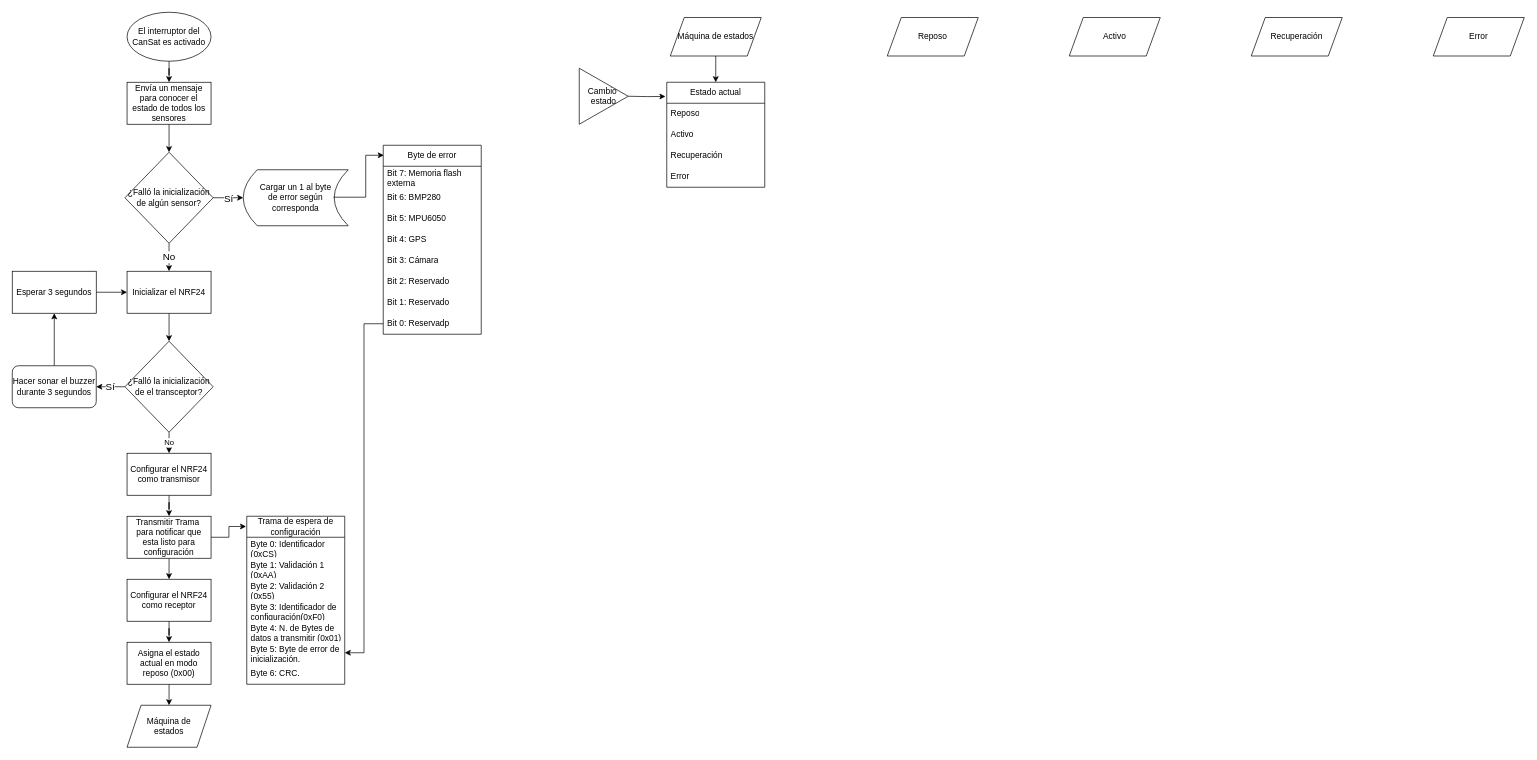
Above: Firmware/CanSat_stateMachine.drawio in cdealbagtz/CanSatV3 (draw.io), before the change. Source tidied: cells renumbered, new cells numbered last; positions are measured from the earlier drawing's top-left corner, leaving out a move shared by most shapes. Both pictures are drawn from the tidied source at 70%, with x=0, y=0 at pixel (12, 12).
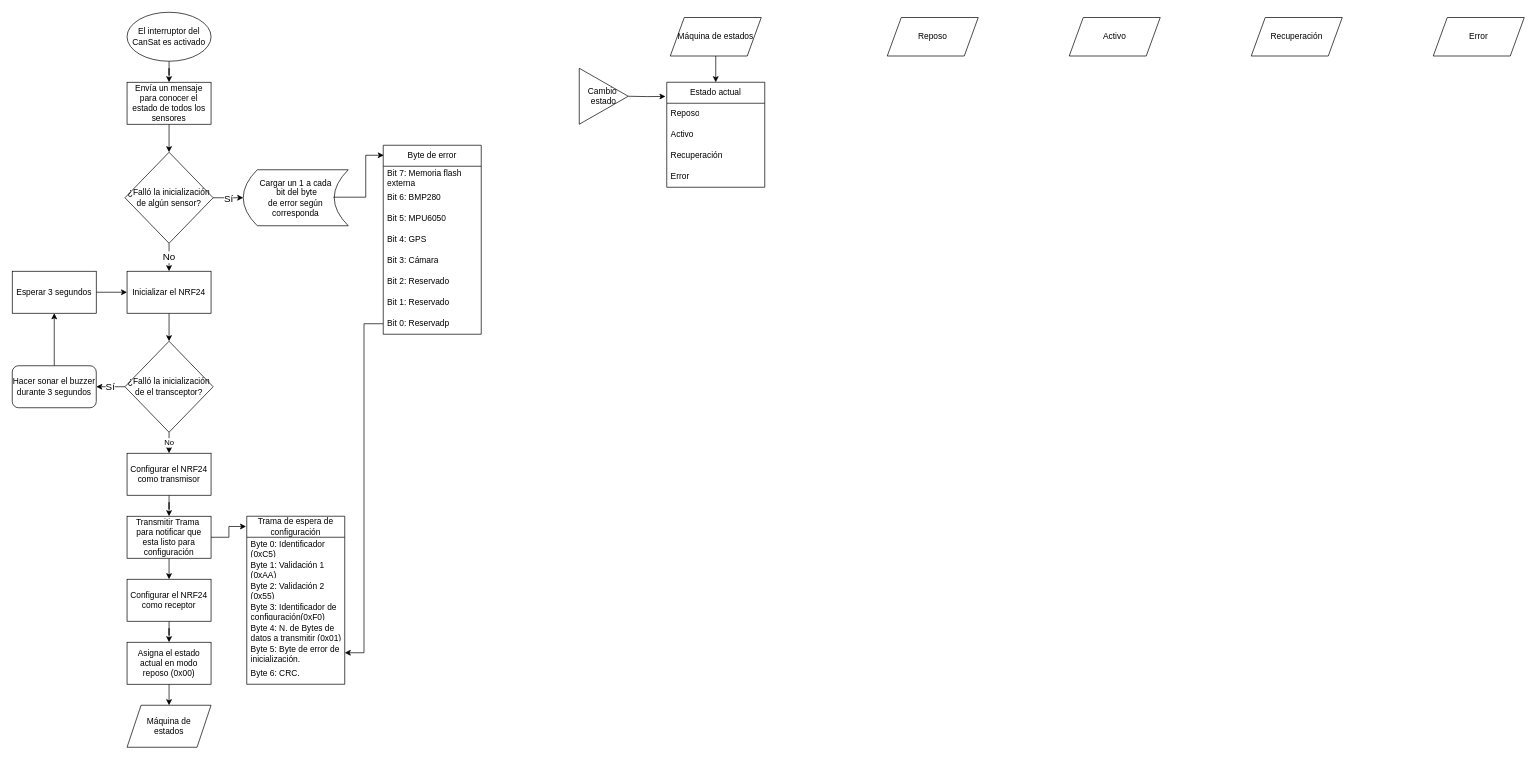
The same page after the edit.

Commit message (it also covers changes not shown here):
Se agrega la lógica de inicialización y los estados que tendrá el CanSat

Unchanged cells that the change refers to:
```xml
<mxCell id="23" value="Trama de espera de configuración" style="swimlane;fontStyle=0;horizontal=1;startSize=30;whiteSpace=wrap;html=1;" parent="1" vertex="1">
  <mxGeometry x="335" y="720" width="140" height="240" as="geometry" />
</mxCell>
```

What changed in the source:
```diff
@@
-    <mxCell id="22" value="Cargar un 1 al byte &lt;br&gt;de error según corresponda" style="shape=dataStorage;whiteSpace=wrap;html=1;fixedSize=1;" parent="1" vertex="1">
+    <mxCell id="22" value="Cargar un 1 a cada&lt;br&gt;&amp;nbsp;bit del byte &lt;br&gt;de error según corresponda" style="shape=dataStorage;whiteSpace=wrap;html=1;fixedSize=1;" parent="1" vertex="1">
       <mxGeometry x="330" y="225" width="150" height="80" as="geometry" />
     </mxCell>
@@
-    <mxCell id="24" value="Byte 0: Identificador (0xCS)" style="text;strokeColor=none;fillColor=none;align=left;verticalAlign=middle;spacingLeft=4;spacingRight=4;overflow=hidden;whiteSpace=wrap;html=1;" parent="23" vertex="1">
+    <mxCell id="24" value="Byte 0: Identificador (0xC5)" style="text;strokeColor=none;fillColor=none;align=left;verticalAlign=middle;spacingLeft=4;spacingRight=4;overflow=hidden;whiteSpace=wrap;html=1;" parent="23" vertex="1">
       <mxGeometry y="30" width="140" height="30" as="geometry" />
     </mxCell>
```
